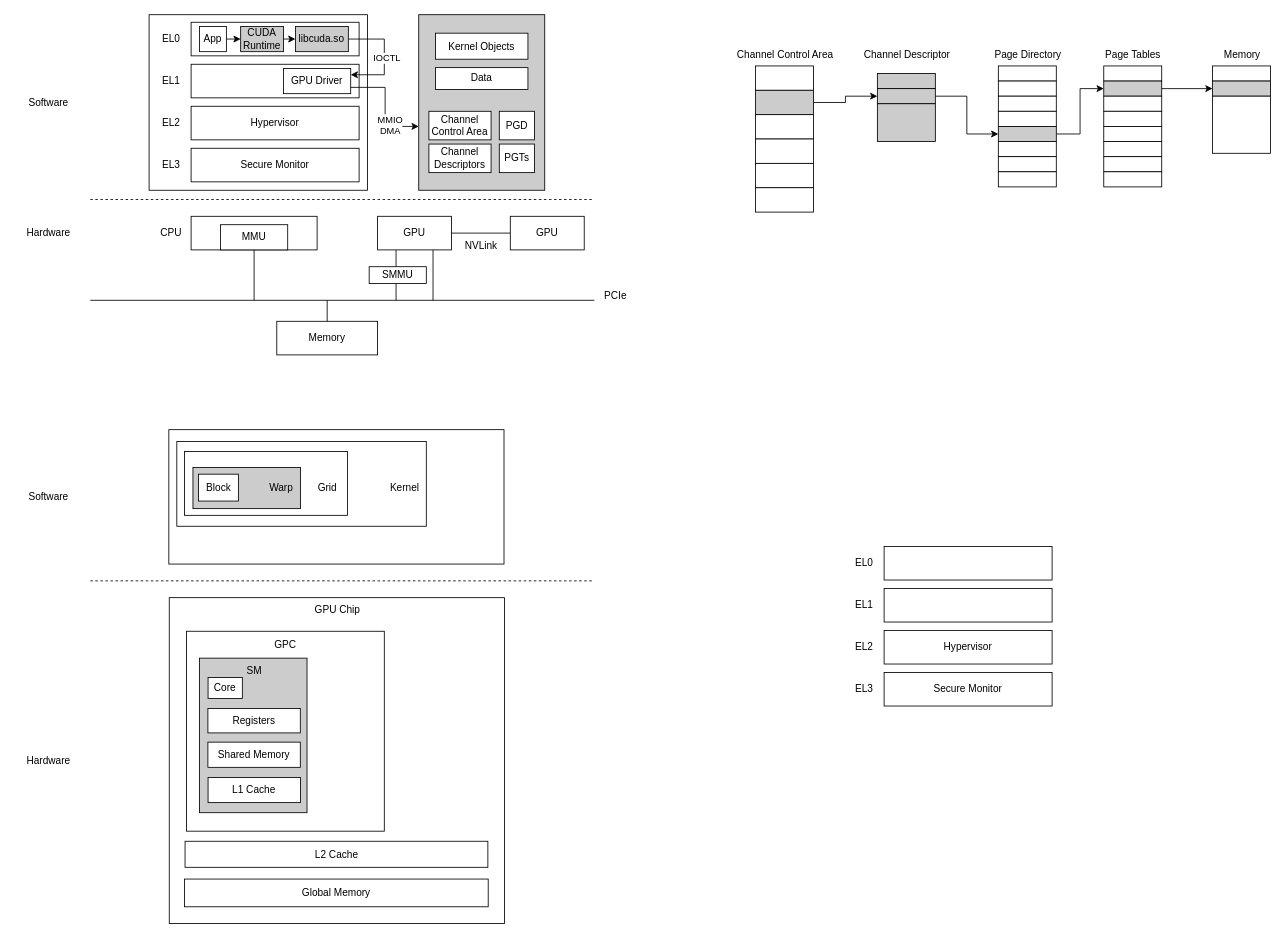
Before: gpu.drawio in qianfei11/draw.io, a draw.io diagram. Source tidied: cells renumbered, new cells numbered last; positions are measured from the earlier drawing's top-left corner, leaving out a move shared by most shapes. Both pictures are drawn from the tidied source at 84%, with x=0, y=0 at pixel (14, 14).
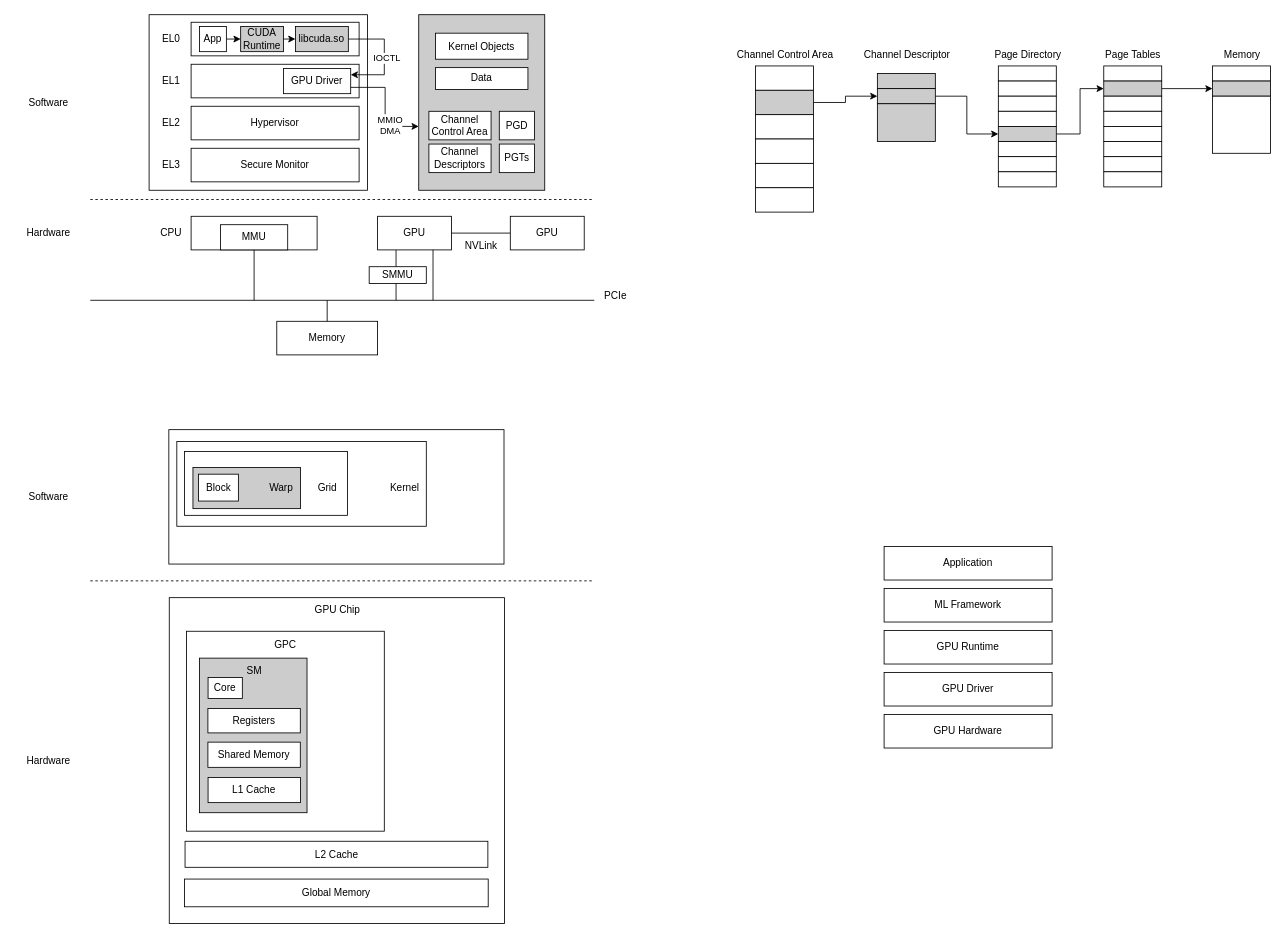
The same page after the edit.

The edit, as a diff of the source:
```diff
@@
-    <mxCell id="106" style="rounded=0;whiteSpace=wrap;html=1;" parent="1" vertex="1">
+    <mxCell id="106" value="ML Framework" style="rounded=0;whiteSpace=wrap;html=1;" parent="1" vertex="1">
       <mxGeometry x="1035" y="683" width="200" height="40" as="geometry" />
     </mxCell>
-    <mxCell id="107" style="rounded=0;whiteSpace=wrap;html=1;" parent="1" vertex="1">
+    <mxCell id="107" value="Application" style="rounded=0;whiteSpace=wrap;html=1;" parent="1" vertex="1">
       <mxGeometry x="1035" y="633" width="200" height="40" as="geometry" />
     </mxCell>
-    <mxCell id="108" value="EL1" style="text;html=1;align=center;verticalAlign=middle;strokeColor=none;fillColor=none;rounded=0;" parent="1" vertex="1">
-      <mxGeometry x="991" y="688" width="40" height="30" as="geometry" />
-    </mxCell>
-    <mxCell id="109" value="EL0" style="text;html=1;align=center;verticalAlign=middle;strokeColor=none;fillColor=none;rounded=0;" parent="1" vertex="1">
-      <mxGeometry x="991" y="638" width="40" height="30" as="geometry" />
-    </mxCell>
-    <mxCell id="110" value="Hypervisor" style="rounded=0;whiteSpace=wrap;html=1;" parent="1" vertex="1">
+    <mxCell id="110" value="GPU Runtime" style="rounded=0;whiteSpace=wrap;html=1;" parent="1" vertex="1">
       <mxGeometry x="1035" y="733" width="200" height="40" as="geometry" />
     </mxCell>
-    <mxCell id="111" value="Secure Monitor" style="rounded=0;whiteSpace=wrap;html=1;" parent="1" vertex="1">
+    <mxCell id="111" value="GPU Driver" style="rounded=0;whiteSpace=wrap;html=1;" parent="1" vertex="1">
       <mxGeometry x="1035" y="783" width="200" height="40" as="geometry" />
     </mxCell>
-    <mxCell id="112" value="EL2" style="text;html=1;align=center;verticalAlign=middle;strokeColor=none;fillColor=none;rounded=0;" parent="1" vertex="1">
-      <mxGeometry x="991" y="738" width="40" height="30" as="geometry" />
-    </mxCell>
-    <mxCell id="113" value="EL3" style="text;html=1;align=center;verticalAlign=middle;strokeColor=none;fillColor=none;rounded=0;" parent="1" vertex="1">
-      <mxGeometry x="991" y="788" width="40" height="30" as="geometry" />
-    </mxCell>
+    <mxCell id="114" value="GPU Hardware" style="rounded=0;whiteSpace=wrap;html=1;" parent="1" vertex="1">
+      <mxGeometry x="1035" y="833" width="200" height="40" as="geometry" />
+    </mxCell>
```
